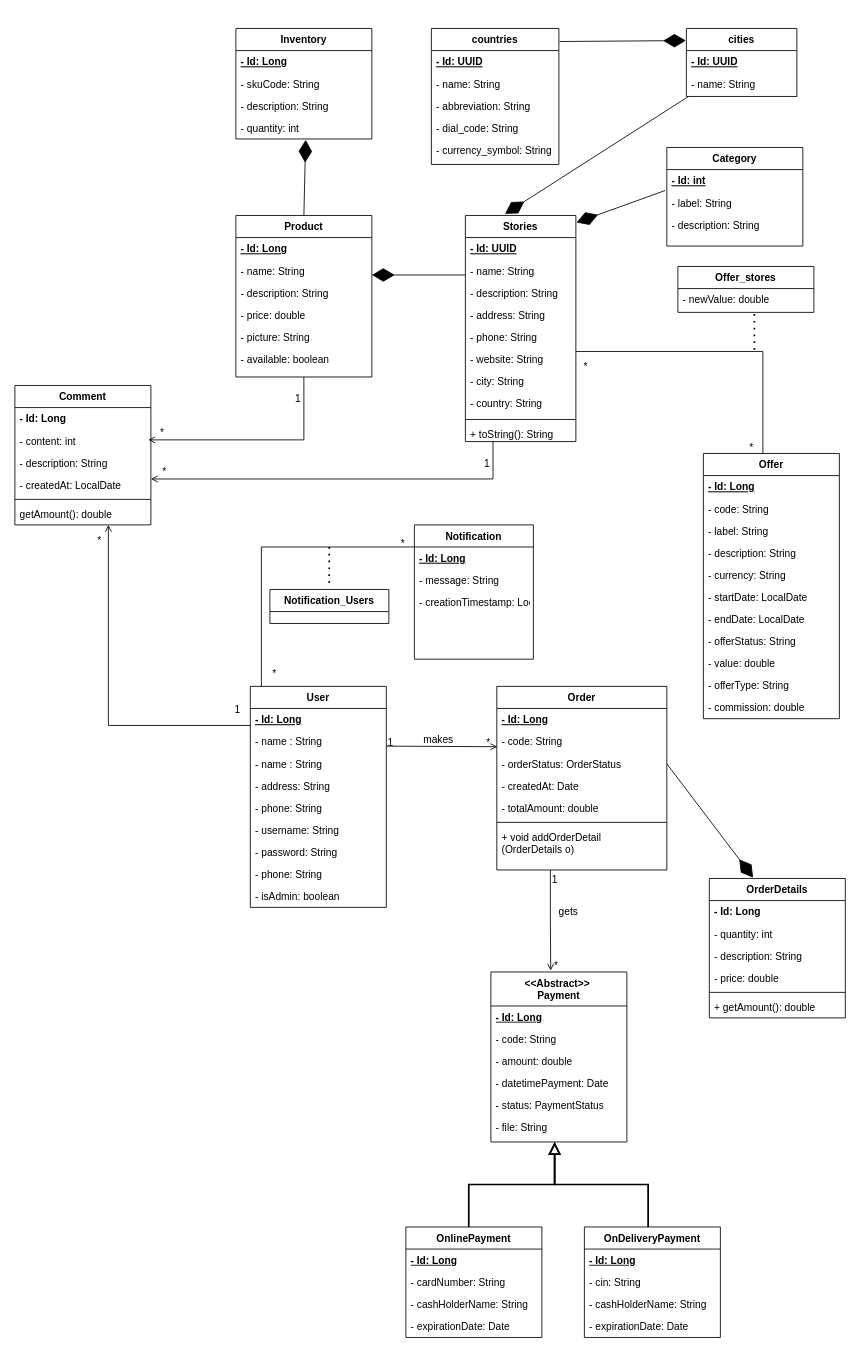
Before: circuit_store.drawio in amine-elarass49/angular_doc, a draw.io diagram. Source tidied: cells renumbered, new cells numbered last; positions are measured from the earlier drawing's top-left corner, leaving out a move shared by most shapes. Both pictures are drawn from the tidied source at 85%, with x=0, y=0 at pixel (14, 28).
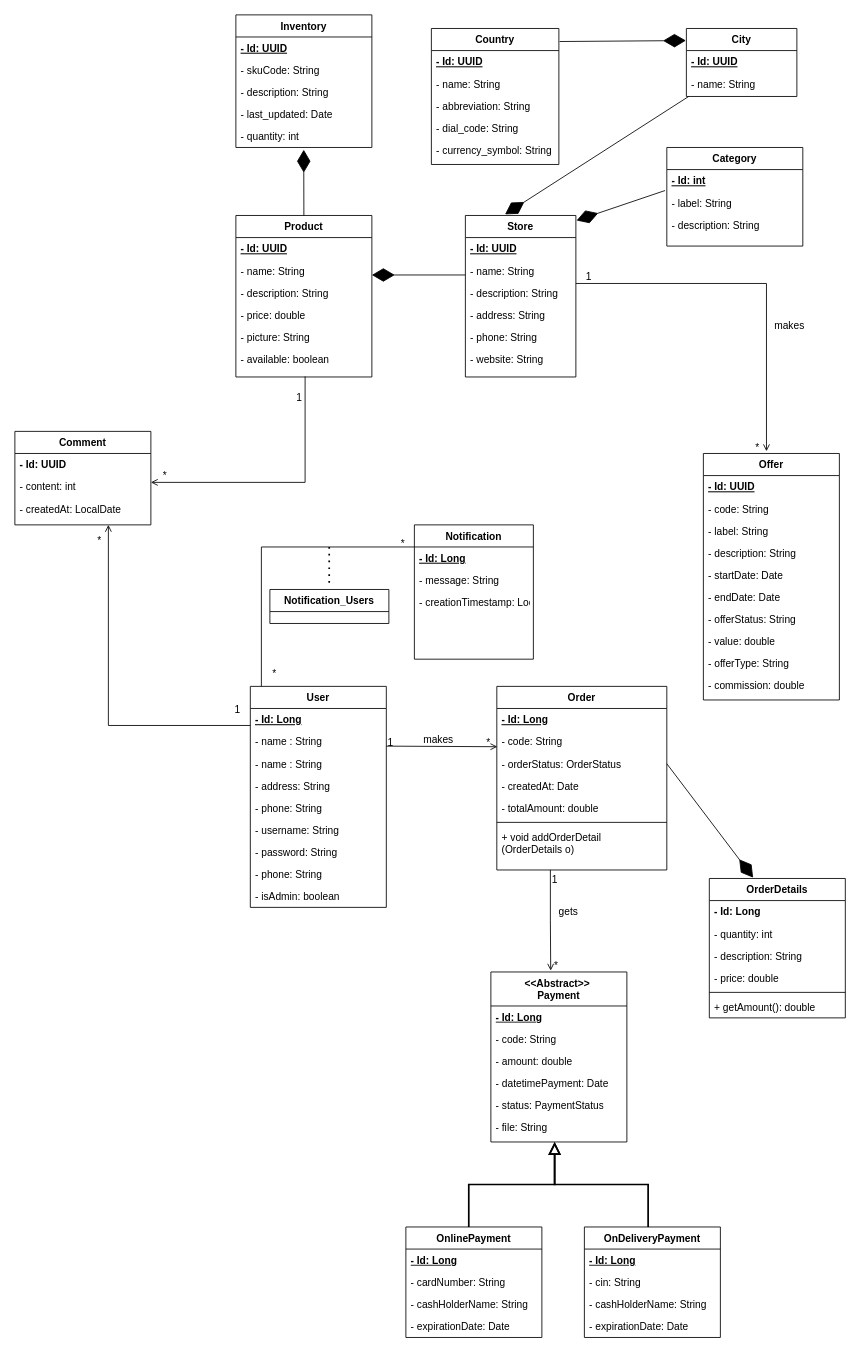
After the change.

The change refers to these unchanged cells:
```xml
<mxCell id="13" value="Product" style="swimlane;fontStyle=1;align=center;verticalAlign=top;horizontal=1;startSize=26;rounded=0;shadow=0;strokeWidth=1;" parent="1" vertex="1">
  <mxGeometry x="260" y="220" width="160" height="190" as="geometry" />
</mxCell>
<mxCell id="19" value="- available: boolean" style="text;align=left;verticalAlign=top;spacingLeft=4;spacingRight=4;overflow=hidden;points=[[0,0.5],[1,0.5]];portConstraint=eastwest;rounded=0;shadow=0;html=0;" parent="13" vertex="1">
  <mxGeometry y="156" width="160" height="34" as="geometry" />
</mxCell>
```

What changed in the source:
```diff
@@
-    <mxCell id="2" value="Stories" style="swimlane;fontStyle=1;align=center;verticalAlign=top;horizontal=1;startSize=26;rounded=0;shadow=0;strokeWidth=1;" parent="1" vertex="1">
-      <mxGeometry x="530" y="220" width="130" height="266" as="geometry" />
+    <mxCell id="2" value="Store" style="swimlane;fontStyle=1;align=center;verticalAlign=top;horizontal=1;startSize=26;rounded=0;shadow=0;strokeWidth=1;" parent="1" vertex="1">
+      <mxGeometry x="530" y="220" width="130" height="190" as="geometry" />
     </mxCell>
@@
-    <mxCell id="9" value="- city: String" style="text;align=left;verticalAlign=top;spacingLeft=4;spacingRight=4;overflow=hidden;rounded=0;shadow=0;html=0;" parent="2" vertex="1">
-      <mxGeometry y="182" width="130" height="26" as="geometry" />
-    </mxCell>
-    <mxCell id="10" value="- country: String" style="text;align=left;verticalAlign=top;spacingLeft=4;spacingRight=4;overflow=hidden;" parent="2" vertex="1">
-      <mxGeometry y="208" width="130" height="28" as="geometry" />
-    </mxCell>
-    <mxCell id="11" style="line;strokeWidth=1;fillColor=none;align=left;verticalAlign=middle;spacingTop=-1;spacingLeft=3;spacingRight=3;labelPosition=right;strokeColor=inherit;" parent="2" vertex="1">
-      <mxGeometry y="236" width="130" height="8" as="geometry" />
-    </mxCell>
-    <mxCell id="12" value="+ toString(): String" style="text;align=left;verticalAlign=top;spacingLeft=4;spacingRight=4;overflow=hidden;rounded=0;shadow=0;html=0;" parent="2" vertex="1">
-      <mxGeometry y="244" width="130" height="22" as="geometry" />
-    </mxCell>
@@
-    <mxCell id="14" value="- Id: Long" style="text;align=left;verticalAlign=top;spacingLeft=4;spacingRight=4;overflow=hidden;fontStyle=5;" parent="13" vertex="1">
+    <mxCell id="14" value="- Id: UUID" style="text;align=left;verticalAlign=top;spacingLeft=4;spacingRight=4;overflow=hidden;fontStyle=5;" parent="13" vertex="1">
       <mxGeometry y="26" width="160" height="26" as="geometry" />
     </mxCell>
@@
     <mxCell id="21" value="Inventory" style="swimlane;fontStyle=1;align=center;verticalAlign=top;horizontal=1;startSize=26;rounded=0;shadow=0;strokeWidth=1;" parent="1" vertex="1">
-      <mxGeometry x="260" width="160" height="130" as="geometry" />
+      <mxGeometry x="260" y="-16" width="160" height="156" as="geometry" />
     </mxCell>
-    <mxCell id="22" value="- Id: Long" style="text;align=left;verticalAlign=top;spacingLeft=4;spacingRight=4;overflow=hidden;fontStyle=5;" parent="21" vertex="1">
+    <mxCell id="22" value="- Id: UUID" style="text;align=left;verticalAlign=top;spacingLeft=4;spacingRight=4;overflow=hidden;fontStyle=5;" parent="21" vertex="1">
       <mxGeometry y="26" width="160" height="26" as="geometry" />
     </mxCell>
@@
-    <mxCell id="25" value="- quantity: int" style="text;align=left;verticalAlign=top;spacingLeft=4;spacingRight=4;overflow=hidden;points=[[0,0.5],[1,0.5]];portConstraint=eastwest;rounded=0;shadow=0;html=0;" parent="21" vertex="1">
+    <mxCell id="25" value="- last_updated: Date" style="text;align=left;verticalAlign=top;spacingLeft=4;spacingRight=4;overflow=hidden;points=[[0,0.5],[1,0.5]];portConstraint=eastwest;rounded=0;shadow=0;html=0;" parent="21" vertex="1">
       <mxGeometry y="104" width="160" height="26" as="geometry" />
     </mxCell>
+    <mxCell id="139" value="- quantity: int" style="text;align=left;verticalAlign=top;spacingLeft=4;spacingRight=4;overflow=hidden;points=[[0,0.5],[1,0.5]];portConstraint=eastwest;rounded=0;shadow=0;html=0;" parent="21" vertex="1">
+      <mxGeometry y="130" width="160" height="26" as="geometry" />
+    </mxCell>
-    <mxCell id="26" style="endArrow=diamondThin;endFill=1;endSize=24;html=1;rounded=0;entryX=0.513;entryY=1.038;entryDx=0;entryDy=0;entryPerimeter=0;exitX=0.5;exitY=0;exitDx=0;exitDy=0;" parent="1" edge="1" source="13" target="25">
+    <mxCell id="26" style="endArrow=diamondThin;endFill=1;endSize=24;html=1;rounded=0;entryX=0.499;entryY=1.104;entryDx=0;entryDy=0;entryPerimeter=0;exitX=0.5;exitY=0;exitDx=0;exitDy=0;" parent="1" edge="1" source="13" target="139">
       <mxGeometry relative="1" as="geometry" />
     </mxCell>
@@
     <mxCell id="57" value="Comment" style="swimlane;fontStyle=1;align=center;verticalAlign=top;horizontal=1;startSize=26;rounded=0;shadow=0;strokeWidth=1;" parent="1" vertex="1">
-      <mxGeometry y="420" width="160" height="164" as="geometry" />
+      <mxGeometry y="474" width="160" height="110" as="geometry" />
     </mxCell>
-    <mxCell id="58" value="- Id: Long" style="text;align=left;verticalAlign=top;spacingLeft=4;spacingRight=4;overflow=hidden;fontStyle=1;" parent="57" vertex="1">
+    <mxCell id="58" value="- Id: UUID" style="text;align=left;verticalAlign=top;spacingLeft=4;spacingRight=4;overflow=hidden;fontStyle=1;" parent="57" vertex="1">
       <mxGeometry y="26" width="160" height="26" as="geometry" />
     </mxCell>
@@
-    <mxCell id="60" value="- description: String" style="text;align=left;verticalAlign=top;spacingLeft=4;spacingRight=4;overflow=hidden;rounded=0;shadow=0;html=0;" parent="57" vertex="1">
-      <mxGeometry y="78" width="160" height="26" as="geometry" />
-    </mxCell>
     <mxCell id="61" value="- createdAt: LocalDate" style="text;align=left;verticalAlign=top;spacingLeft=4;spacingRight=4;overflow=hidden;rounded=0;shadow=0;html=0;" parent="57" vertex="1">
-      <mxGeometry y="104" width="160" height="26" as="geometry" />
+      <mxGeometry y="78" width="160" height="26" as="geometry" />
     </mxCell>
-    <mxCell id="62" style="line;strokeWidth=1;fillColor=none;align=left;verticalAlign=middle;spacingTop=-1;spacingLeft=3;spacingRight=3;labelPosition=right;strokeColor=inherit;" parent="57" vertex="1">
-      <mxGeometry y="130" width="160" height="8" as="geometry" />
-    </mxCell>
-    <mxCell id="63" value="getAmount(): double    " style="text;align=left;verticalAlign=top;spacingLeft=4;spacingRight=4;overflow=hidden;rounded=0;shadow=0;html=0;" parent="57" vertex="1">
-      <mxGeometry y="138" width="160" height="26" as="geometry" />
-    </mxCell>
@@
     <mxCell id="91" value="Offer&#10;" style="swimlane;fontStyle=1;align=center;verticalAlign=top;horizontal=1;startSize=26;rounded=0;shadow=0;strokeWidth=1;" parent="1" vertex="1">
-      <mxGeometry x="810" y="500" width="160" height="312" as="geometry" />
+      <mxGeometry x="810" y="500" width="160" height="290" as="geometry" />
     </mxCell>
-    <mxCell id="92" value="- Id: Long" style="text;align=left;verticalAlign=top;spacingLeft=4;spacingRight=4;overflow=hidden;fontStyle=5;" parent="91" vertex="1">
+    <mxCell id="92" value="- Id: UUID" style="text;align=left;verticalAlign=top;spacingLeft=4;spacingRight=4;overflow=hidden;fontStyle=5;" parent="91" vertex="1">
       <mxGeometry y="26" width="160" height="26" as="geometry" />
     </mxCell>
@@
-    <mxCell id="96" value="- currency: String" style="text;align=left;verticalAlign=top;spacingLeft=4;spacingRight=4;overflow=hidden;rounded=0;shadow=0;html=0;" parent="91" vertex="1">
-      <mxGeometry y="130" width="160" height="26" as="geometry" />
-    </mxCell>
-    <mxCell id="97" value="- startDate: LocalDate" style="text;align=left;verticalAlign=top;spacingLeft=4;spacingRight=4;overflow=hidden;rounded=0;shadow=0;html=0;" parent="91" vertex="1">
-      <mxGeometry y="156" width="160" height="26" as="geometry" />
+    <mxCell id="97" value="- startDate: Date" style="text;align=left;verticalAlign=top;spacingLeft=4;spacingRight=4;overflow=hidden;rounded=0;shadow=0;html=0;" parent="91" vertex="1">
+      <mxGeometry y="130" width="160" height="26" as="geometry" />
     </mxCell>
-    <mxCell id="98" value="- endDate: LocalDate   " style="text;align=left;verticalAlign=top;spacingLeft=4;spacingRight=4;overflow=hidden;rounded=0;shadow=0;html=0;" parent="91" vertex="1">
-      <mxGeometry y="182" width="160" height="26" as="geometry" />
+    <mxCell id="98" value="- endDate: Date   " style="text;align=left;verticalAlign=top;spacingLeft=4;spacingRight=4;overflow=hidden;rounded=0;shadow=0;html=0;" parent="91" vertex="1">
+      <mxGeometry y="156" width="160" height="26" as="geometry" />
     </mxCell>
     <mxCell id="99" value="- offerStatus: String" style="text;align=left;verticalAlign=top;spacingLeft=4;spacingRight=4;overflow=hidden;rounded=0;shadow=0;html=0;" parent="91" vertex="1">
-      <mxGeometry y="208" width="160" height="26" as="geometry" />
+      <mxGeometry y="182" width="160" height="26" as="geometry" />
     </mxCell>
     <mxCell id="100" value="- value: double" style="text;align=left;verticalAlign=top;spacingLeft=4;spacingRight=4;overflow=hidden;rounded=0;shadow=0;html=0;" parent="91" vertex="1">
-      <mxGeometry y="234" width="160" height="26" as="geometry" />
+      <mxGeometry y="208" width="160" height="26" as="geometry" />
     </mxCell>
     <mxCell id="101" value="- offerType: String" style="text;align=left;verticalAlign=top;spacingLeft=4;spacingRight=4;overflow=hidden;rounded=0;shadow=0;html=0;" parent="91" vertex="1">
-      <mxGeometry y="260" width="160" height="26" as="geometry" />
+      <mxGeometry y="234" width="160" height="26" as="geometry" />
     </mxCell>
     <mxCell id="102" value="- commission: double" style="text;align=left;verticalAlign=top;spacingLeft=4;spacingRight=4;overflow=hidden;rounded=0;shadow=0;html=0;" parent="91" vertex="1">
-      <mxGeometry y="286" width="160" height="26" as="geometry" />
+      <mxGeometry y="260" width="160" height="26" as="geometry" />
     </mxCell>
-    <mxCell id="103" style="endArrow=none;html=1;rounded=0;fontSize=12;edgeStyle=orthogonalEdgeStyle;" parent="1" edge="1">
-      <mxGeometry relative="1" as="geometry">
-        <mxPoint x="880" y="500" as="sourcePoint" />
-        <mxPoint x="660" y="380" as="targetPoint" />
-        <Array as="points">
-          <mxPoint x="880" y="380" />
-        </Array>
-      </mxGeometry>
-    </mxCell>
-    <mxCell id="104" value="*" style="html=1;whiteSpace=wrap;align=right;verticalAlign=bottom;" parent="103" vertex="1">
-      <mxGeometry x="1" relative="1" as="geometry">
-        <mxPoint x="15" y="26" as="offset" />
-      </mxGeometry>
-    </mxCell>
-    <mxCell id="105" value="Offer_stores" style="swimlane;fontStyle=1;align=center;verticalAlign=top;horizontal=1;startSize=26;rounded=0;shadow=0;strokeWidth=1;" parent="1" vertex="1">
-      <mxGeometry x="780" y="280" width="160" height="54" as="geometry" />
-    </mxCell>
-    <mxCell id="106" value="- newValue: double" style="text;align=left;verticalAlign=top;spacingLeft=4;spacingRight=4;overflow=hidden;rounded=0;shadow=0;html=0;" parent="105" vertex="1">
-      <mxGeometry y="26" width="160" height="26" as="geometry" />
-    </mxCell>
-    <mxCell id="107" style="endArrow=none;dashed=1;html=1;dashPattern=1 3;strokeWidth=2;rounded=0;" parent="1" edge="1">
-      <mxGeometry relative="1" as="geometry">
-        <mxPoint x="870" y="336" as="sourcePoint" />
-        <mxPoint x="870" y="380" as="targetPoint" />
-      </mxGeometry>
-    </mxCell>
-    <mxCell id="108" style="endArrow=open;shadow=0;strokeWidth=1;rounded=0;curved=0;endFill=1;edgeStyle=elbowEdgeStyle;elbow=vertical;exitX=0.25;exitY=1;exitDx=0;exitDy=0;" parent="1" edge="1" source="2">
-      <mxGeometry x="0.5" y="41" relative="1" as="geometry">
-        <mxPoint x="160" y="530" as="targetPoint" />
-        <Array as="points">
-          <mxPoint x="560" y="530" />
-        </Array>
-        <mxPoint x="-40" y="32" as="offset" />
-      </mxGeometry>
-    </mxCell>
-    <mxCell id="109" value="1" style="align=left;verticalAlign=bottom;labelBackgroundColor=none;fontSize=12;" parent="108" vertex="1">
-      <mxGeometry x="-1" relative="1" as="geometry">
-        <mxPoint x="-12" y="34" as="offset" />
-      </mxGeometry>
-    </mxCell>
-    <mxCell id="110" value="*" style="align=right;verticalAlign=bottom;labelBackgroundColor=none;fontSize=12;" parent="108" vertex="1">
-      <mxGeometry x="1" relative="1" as="geometry">
-        <mxPoint x="20" as="offset" />
-      </mxGeometry>
-    </mxCell>
@@
-    <mxCell id="119" value="*" style="html=1;whiteSpace=wrap;align=right;verticalAlign=bottom;" parent="1" vertex="1">
-      <mxGeometry x="870" y="502" as="geometry" />
-    </mxCell>
@@
-    <mxCell id="125" style="endArrow=open;shadow=0;strokeWidth=1;rounded=0;curved=0;endFill=1;edgeStyle=elbowEdgeStyle;elbow=vertical;" parent="1" edge="1" source="13">
+    <mxCell id="125" style="endArrow=open;shadow=0;strokeWidth=1;rounded=0;curved=0;endFill=1;edgeStyle=elbowEdgeStyle;elbow=vertical;exitX=0.509;exitY=0.981;exitDx=0;exitDy=0;exitPerimeter=0;" parent="1" edge="1" source="19">
       <mxGeometry x="0.5" y="41" relative="1" as="geometry">
-        <mxPoint x="157" y="484" as="targetPoint" />
+        <mxPoint x="160" y="534" as="targetPoint" />
         <Array as="points">
-          <mxPoint x="557" y="484" />
+          <mxPoint x="560" y="534" />
         </Array>
         <mxPoint x="-40" y="32" as="offset" />
       </mxGeometry>
     </mxCell>
@@
-    <mxCell id="128" value="countries" style="swimlane;fontStyle=1;align=center;verticalAlign=top;horizontal=1;startSize=26;rounded=0;shadow=0;strokeWidth=1;" parent="1" vertex="1">
+    <mxCell id="128" value="Country" style="swimlane;fontStyle=1;align=center;verticalAlign=top;horizontal=1;startSize=26;rounded=0;shadow=0;strokeWidth=1;" parent="1" vertex="1">
       <mxGeometry x="490" width="150" height="160" as="geometry" />
     </mxCell>
@@
-    <mxCell id="134" value="cities" style="swimlane;fontStyle=1;align=center;verticalAlign=top;horizontal=1;startSize=26;rounded=0;shadow=0;strokeWidth=1;" parent="1" vertex="1">
+    <mxCell id="134" value="City" style="swimlane;fontStyle=1;align=center;verticalAlign=top;horizontal=1;startSize=26;rounded=0;shadow=0;strokeWidth=1;" parent="1" vertex="1">
       <mxGeometry x="790" width="130" height="80" as="geometry" />
     </mxCell>
@@
+    <mxCell id="140" style="endArrow=open;shadow=0;strokeWidth=1;rounded=0;curved=0;endFill=1;edgeStyle=elbowEdgeStyle;elbow=vertical;entryX=0.464;entryY=-0.009;entryDx=0;entryDy=0;entryPerimeter=0;" parent="1" edge="1" source="2" target="91">
+      <mxGeometry x="0.5" y="41" relative="1" as="geometry">
+        <Array as="points">
+          <mxPoint x="790" y="300" />
+        </Array>
+        <mxPoint x="-40" y="32" as="offset" />
+      </mxGeometry>
+    </mxCell>
+    <mxCell id="109" value="1" style="align=left;verticalAlign=bottom;labelBackgroundColor=none;fontSize=12;" parent="140" vertex="1">
+      <mxGeometry x="-1" relative="1" as="geometry">
+        <mxPoint x="10" as="offset" />
+      </mxGeometry>
+    </mxCell>
+    <mxCell id="110" value="*" style="align=right;verticalAlign=bottom;labelBackgroundColor=none;fontSize=12;" parent="140" vertex="1">
+      <mxGeometry x="1" relative="1" as="geometry">
+        <mxPoint x="-7" y="4" as="offset" />
+      </mxGeometry>
+    </mxCell>
+    <mxCell id="141" value="makes" style="text;html=1;align=center;verticalAlign=middle;labelBackgroundColor=none;rounded=0;shadow=0;strokeWidth=1;fontSize=12;" parent="140" vertex="1">
+      <mxGeometry x="0.5" y="49" relative="1" as="geometry">
+        <mxPoint x="-23" y="-42" as="offset" />
+      </mxGeometry>
+    </mxCell>
```
